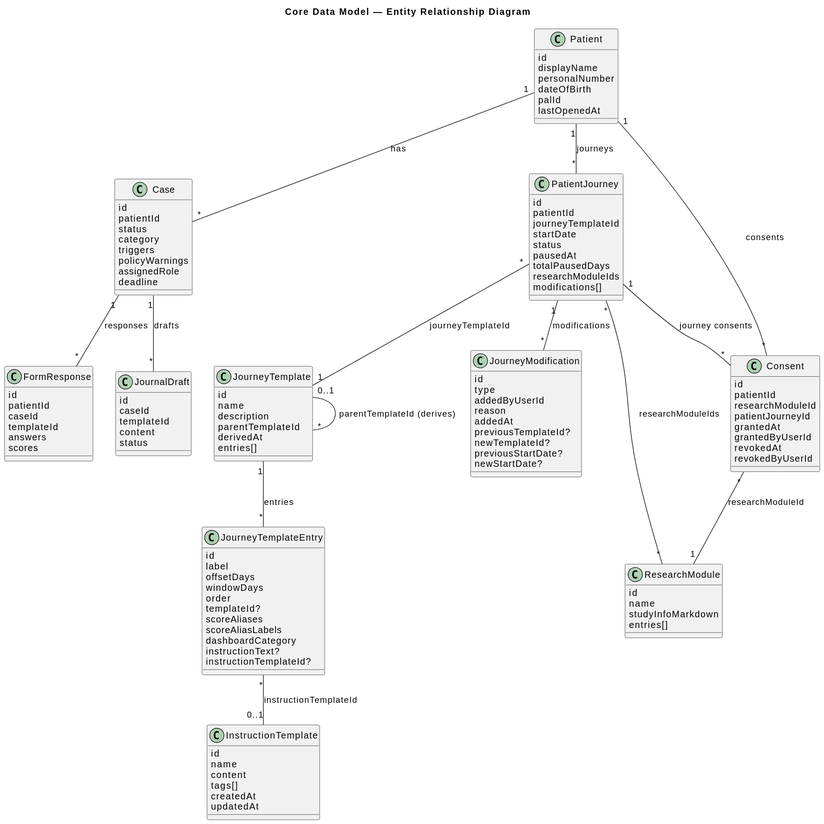
Before: docs/diagrams/core-data-model.svg, a diagram exported from PlantUML (gforge/DUK).
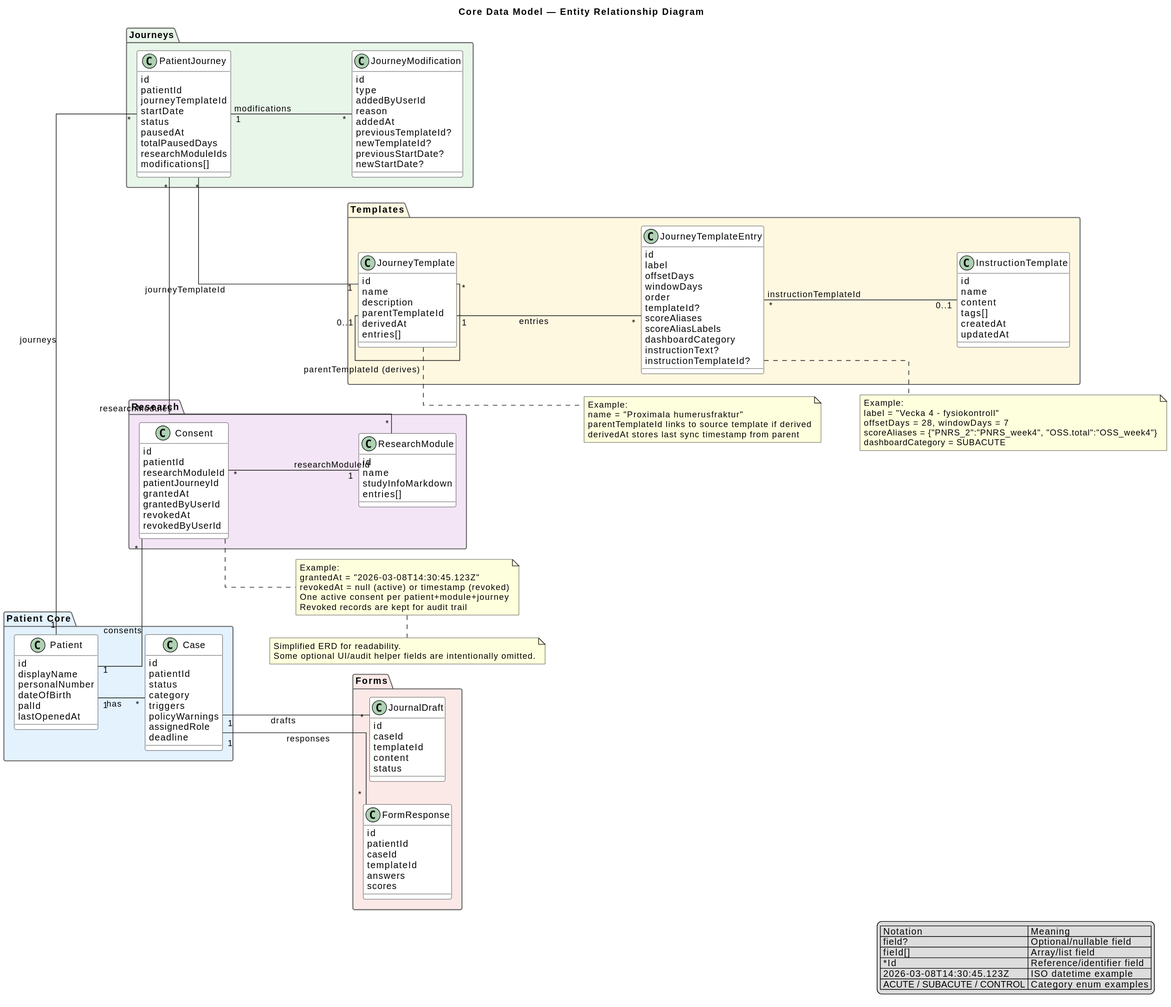
The same diagram one commit later.

Commit message:
Refactor code structure for improved readability and maintainability

Change to the diagram source:
```diff
@@ -1,5 +1,18 @@
 @startuml
 title Core Data Model — Entity Relationship Diagram
+
+left to right direction
+skinparam linetype ortho
+skinparam shadowing false
+
+skinparam package {
+  BorderColor #666
+  FontStyle bold
+}
+
+skinparam classBackgroundColor white
+
+package "Patient Core" #E3F2FD {
 
 class Patient {
   id
@@ -21,6 +34,10 @@
   deadline
 }
 
+}
+
+package "Journeys" #E8F5E9 {
+
 class PatientJourney {
   id
   patientId
@@ -32,6 +49,22 @@
   researchModuleIds
   modifications[]
 }
+
+class JourneyModification {
+  id
+  type
+  addedByUserId
+  reason
+  addedAt
+  previousTemplateId?
+  newTemplateId?
+  previousStartDate?
+  newStartDate?
+}
+
+}
+
+package "Templates" #FFF8E1 {
 
 class JourneyTemplate {
   id
@@ -65,17 +98,9 @@
   updatedAt
 }
 
-class JourneyModification {
-  id
-  type
-  addedByUserId
-  reason
-  addedAt
-  previousTemplateId?
-  newTemplateId?
-  previousStartDate?
-  newStartDate?
 }
+
+package "Research" #F3E5F5 {
 
 class ResearchModule {
   id
@@ -95,6 +120,10 @@
   revokedByUserId
 }
 
+}
+
+package "Forms" #FBE9E7 {
+
 class FormResponse {
   id
   patientId
@@ -112,17 +141,60 @@
   status
 }
 
+}
+
 Patient "1" -- "*" Case : has
 Patient "1" -- "*" PatientJourney : journeys
 Patient "1" -- "*" Consent : consents
+
 Case "1" -- "*" FormResponse : responses
 Case "1" -- "*" JournalDraft : drafts
+
 JourneyTemplate "1" -- "*" JourneyTemplateEntry : entries
 JourneyTemplate "0..1" -- "*" JourneyTemplate : parentTemplateId (derives)
+
 PatientJourney "*" -- "1" JourneyTemplate : journeyTemplateId
 PatientJourney "1" -- "*" JourneyModification : modifications
-PatientJourney "1" -- "*" Consent : journey consents
-PatientJourney "*" -- "*" ResearchModule : researchModuleIds
+
+PatientJourney "*" -- "*" ResearchModule : researchModules
+Consent "*" -- "1" ResearchModule : researchModuleId
+
 JourneyTemplateEntry "*" -- "0..1" InstructionTemplate : instructionTemplateId
-Consent "*" -- "1" ResearchModule : researchModuleId
+
+legend right
+  | Notation | Meaning |
+  | field? | Optional/nullable field |
+  | field[] | Array/list field |
+  | *Id | Reference/identifier field |
+  | 2026-03-08T14:30:45.123Z | ISO datetime example |
+  | ACUTE / SUBACUTE / CONTROL | Category enum examples |
+endlegend
+
+note right of JourneyTemplate
+  Example:
+  name = "Proximala humerusfraktur"
+  parentTemplateId links to source template if derived
+  derivedAt stores last sync timestamp from parent
+end note
+
+note right of JourneyTemplateEntry
+  Example:
+  label = "Vecka 4 - fysiokontroll"
+  offsetDays = 28, windowDays = 7
+  scoreAliases = {"PNRS_2":"PNRS_week4", "OSS.total":"OSS_week4"}
+  dashboardCategory = SUBACUTE
+end note
+
+note right of Consent
+  Example:
+  grantedAt = "2026-03-08T14:30:45.123Z"
+  revokedAt = null (active) or timestamp (revoked)
+  One active consent per patient+module+journey
+  Revoked records are kept for audit trail
+end note
+
+note bottom
+  Simplified ERD for readability.
+  Some optional UI/audit helper fields are intentionally omitted.
+end note
 @enduml
```
